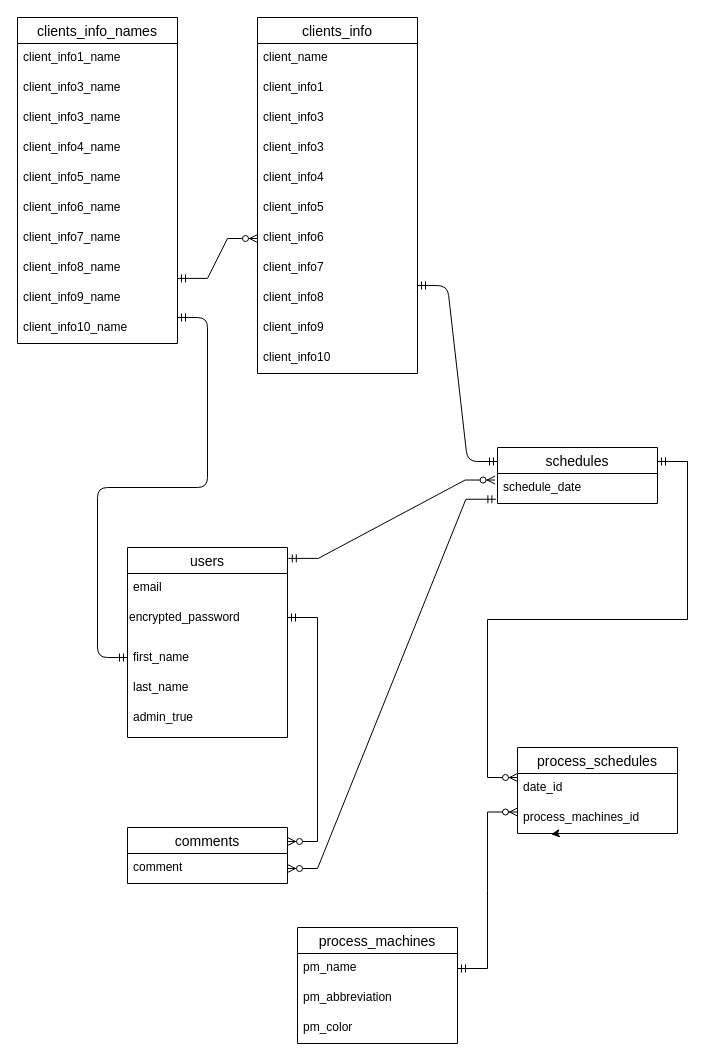
Earlier version of the draw.io diagram ER.drawio (hanyuta/procon). Source tidied: cells renumbered, new cells numbered last; positions are measured from the earlier drawing's top-left corner, leaving out a move shared by most shapes. Both pictures are drawn from the tidied source at 100%, with x=0, y=0 at pixel (17, 17).
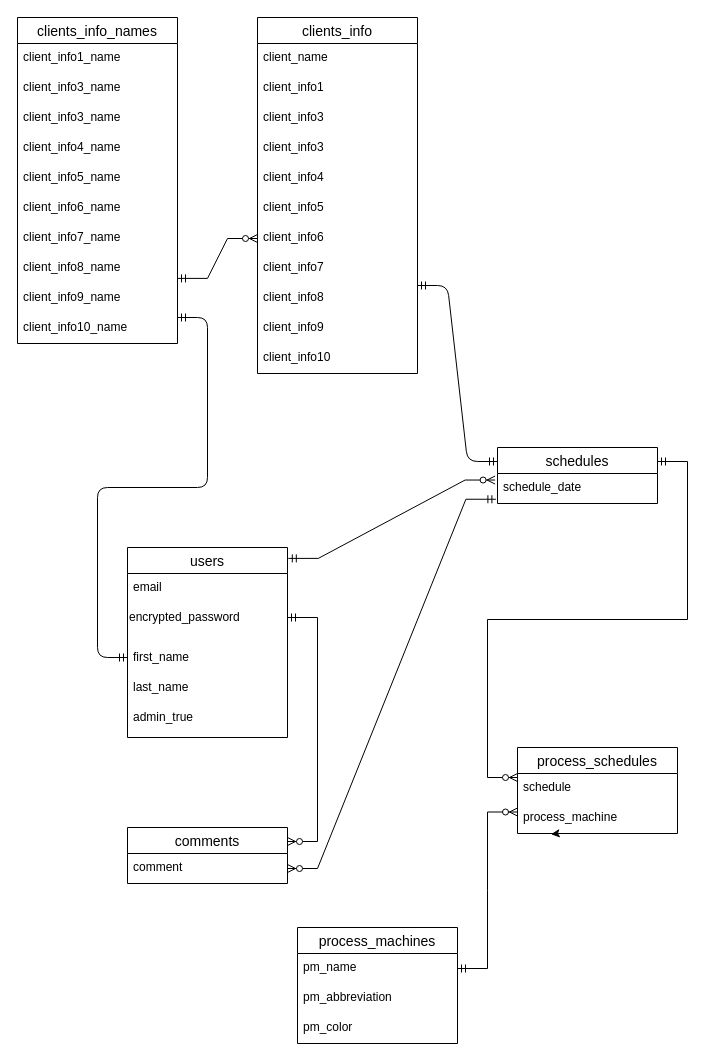
The same diagram, later.

The change refers to these unchanged cells:
```xml
<mxCell id="5" value="process_schedules" style="swimlane;fontStyle=0;horizontal=1;startSize=26;align=center;fontSize=14;" parent="1" vertex="1">
  <mxGeometry x="500" y="730" width="160" height="86" as="geometry" />
</mxCell>
```

What changed in the source:
```diff
@@
-    <mxCell id="6" value="date_id" style="text;strokeColor=none;fillColor=none;spacingLeft=4;spacingRight=4;overflow=hidden;fontSize=12;whiteSpace=wrap;html=1;" parent="5" vertex="1">
+    <mxCell id="6" value="schedule" style="text;strokeColor=none;fillColor=none;spacingLeft=4;spacingRight=4;overflow=hidden;fontSize=12;whiteSpace=wrap;html=1;" parent="5" vertex="1">
       <mxGeometry y="26" width="160" height="30" as="geometry" />
     </mxCell>
-    <mxCell id="7" value="process_machines_id" style="text;strokeColor=none;fillColor=none;spacingLeft=4;spacingRight=4;overflow=hidden;points=[[0,0.5],[1,0.5]];portConstraint=eastwest;fontSize=12;whiteSpace=wrap;html=1;" parent="5" vertex="1">
+    <mxCell id="7" value="process_machine" style="text;strokeColor=none;fillColor=none;spacingLeft=4;spacingRight=4;overflow=hidden;points=[[0,0.5],[1,0.5]];portConstraint=eastwest;fontSize=12;whiteSpace=wrap;html=1;" parent="5" vertex="1">
       <mxGeometry y="56" width="160" height="30" as="geometry" />
     </mxCell>
```
